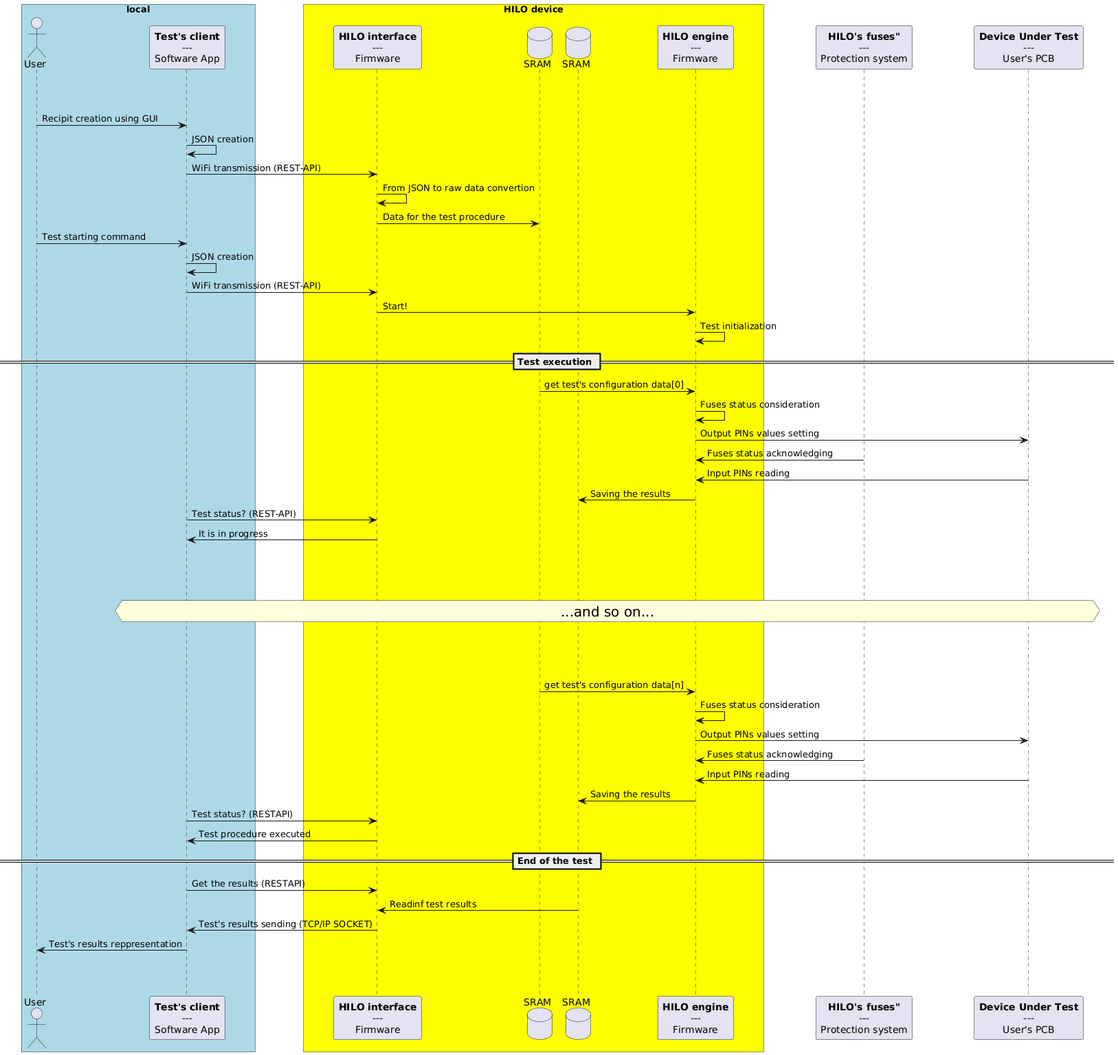
This is firmware/images/overviewSequenceDiagram.png from catinella/HILO, a PlantUML export, as it was before one commit.
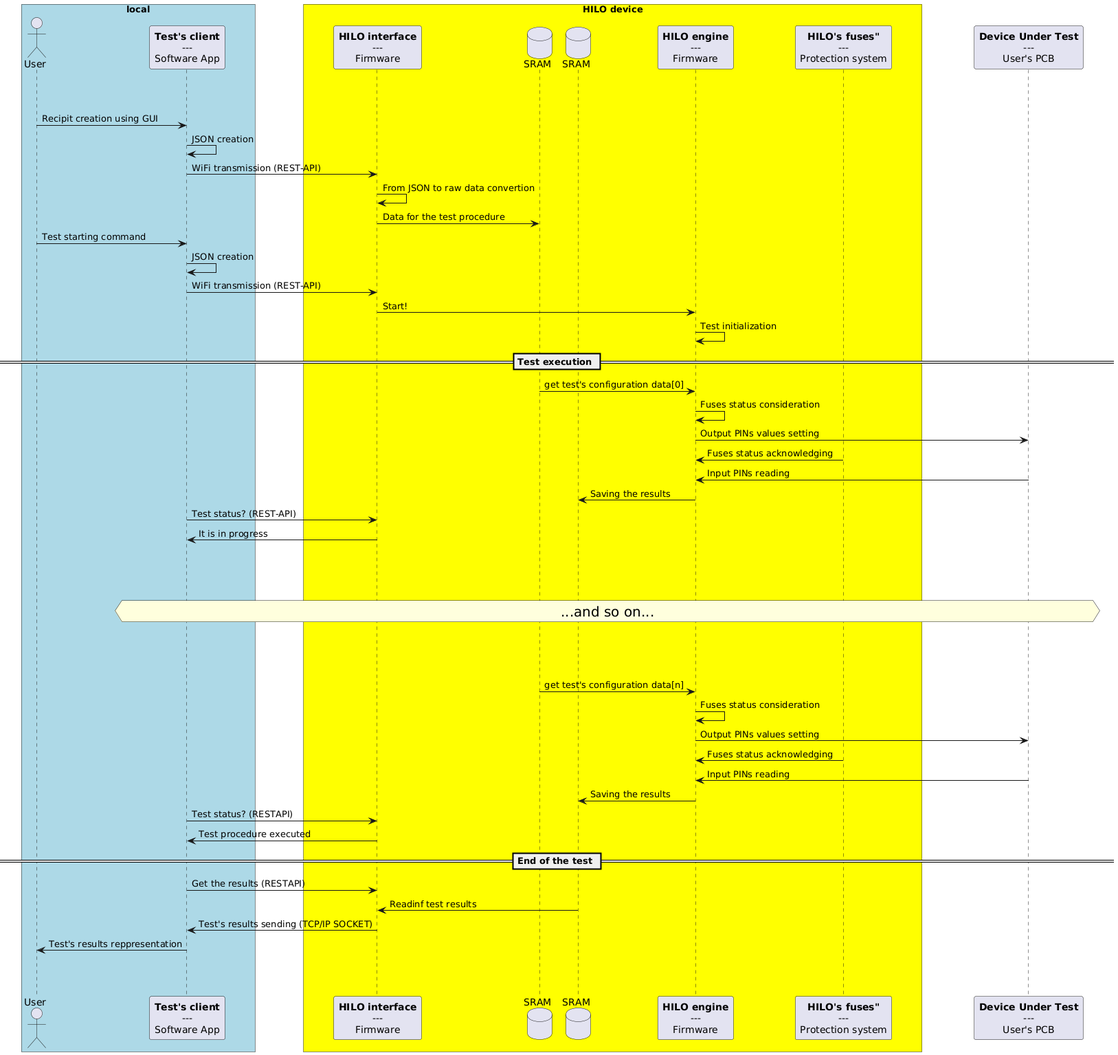
The same file after the commit.

The edit, as a diff of the source:
```diff
@@ -32,18 +32,19 @@
 	Firmware
 ]
 
+participant FUSES [
+	**HILO's fuses"**
+	---
+	Protection system
+]
+
 box "HILO device" #Yellow
 	participant HILOIF
 	database    SRAM1
 	database    SRAM2
 	participant HILOEN
+	participant FUSES
 end box
-
-participant FUSES [
-	**HILO's fuses"**
-	---
-	Protection system
-]
 
 participant DUT [
 	**Device Under Test**
```
